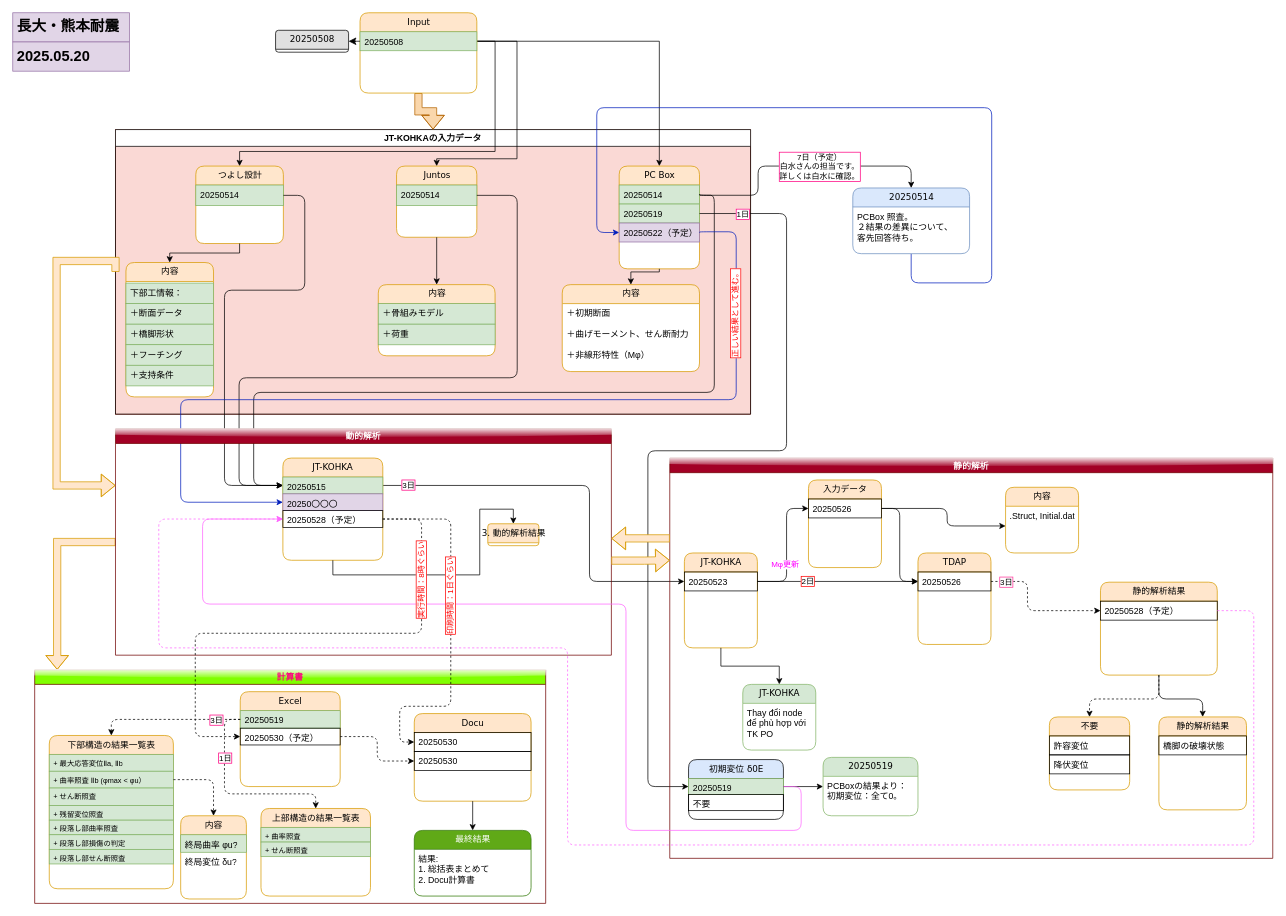
Earlier version of the draw.io diagram 長大・熊本耐震/耐震設計/Untitled Diagram.drawio (nnh92/Juntos.co). Source tidied: cells renumbered, new cells numbered last; positions are measured from the earlier drawing's top-left corner, leaving out a move shared by most shapes. Both pictures are drawn from the tidied source at 73%, with x=0, y=0 at pixel (12, 12).
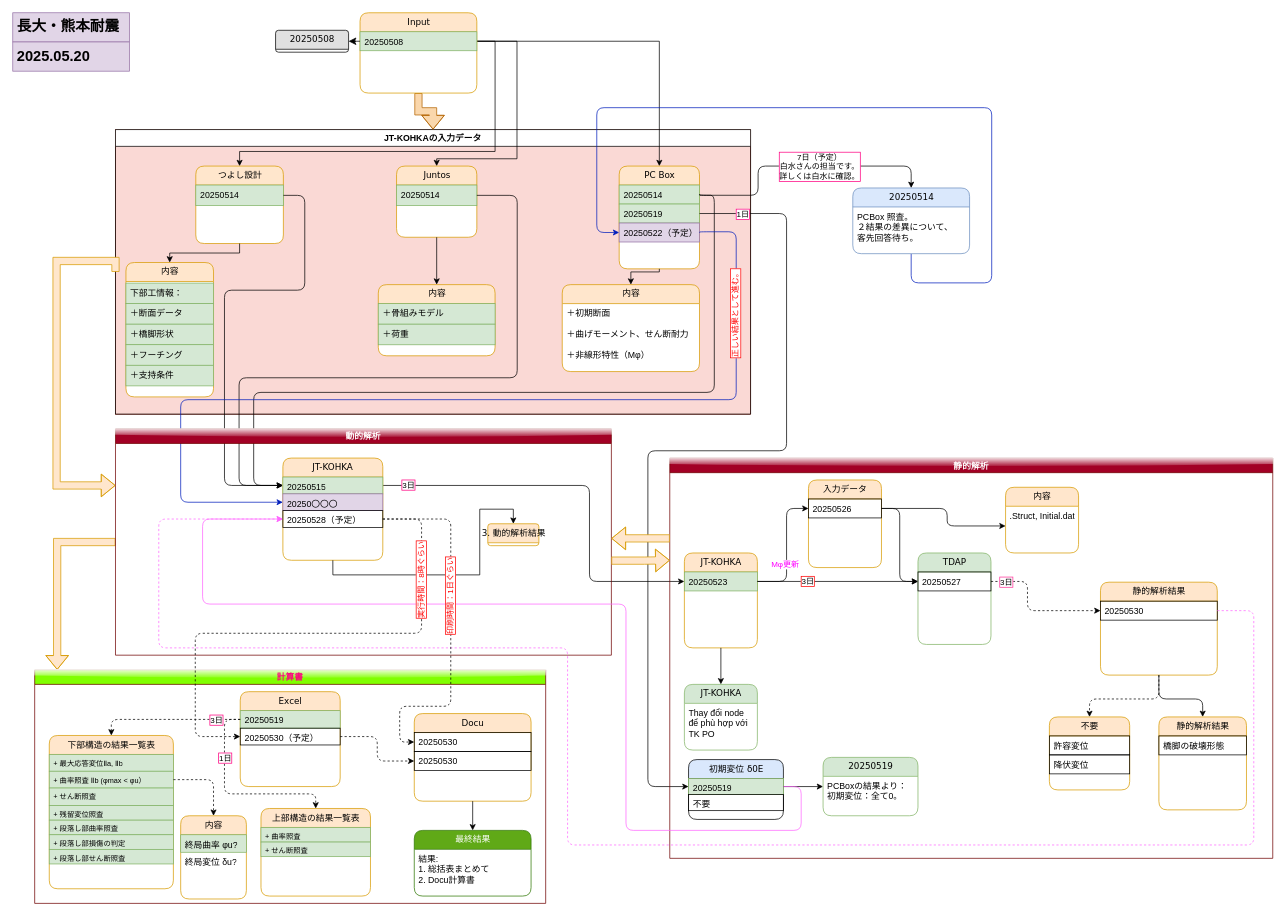
After the change.

Unchanged cells that the change refers to:
```xml
<mxCell id="47" value="静的解析" style="swimlane;startSize=20;horizontal=1;containerType=tree;textShadow=0;labelBorderColor=none;labelBackgroundColor=none;fillColor=#a20025;strokeColor=#6F0000;glass=1;fontColor=#ffffff;" parent="1" vertex="1">
  <mxGeometry x="900" y="610" width="826" height="548.3" as="geometry" />
</mxCell>
<mxCell id="50" value="静的解析結果" style="swimlane;html=1;fontStyle=0;horizontal=1;startSize=26;fillColor=#ffe6cc;swimlaneFillColor=#ffffff;align=center;rounded=1;shadow=0;comic=0;labelBackgroundColor=none;strokeWidth=1;fontFamily=Verdana;fontSize=12;strokeColor=#d79b00;" parent="47" vertex="1">
  <mxGeometry x="590" y="170" width="160" height="127.3" as="geometry" />
</mxCell>
<mxCell id="65" value="静的解析結果" style="swimlane;html=1;fontStyle=0;horizontal=1;startSize=26;fillColor=#ffe6cc;swimlaneFillColor=#ffffff;align=center;rounded=1;shadow=0;comic=0;labelBackgroundColor=none;strokeWidth=1;fontFamily=Verdana;fontSize=12;strokeColor=#d79b00;" parent="47" vertex="1">
  <mxGeometry x="670" y="354.6" width="120" height="127.3" as="geometry" />
</mxCell>
<mxCell id="67" value="JT-KOHKA" style="swimlane;html=1;fontStyle=0;horizontal=1;startSize=26;fillColor=#ffe6cc;swimlaneFillColor=#ffffff;align=center;rounded=1;shadow=0;comic=0;labelBackgroundColor=none;strokeWidth=1;fontFamily=Verdana;fontSize=12;strokeColor=#d79b00;" parent="47" vertex="1">
  <mxGeometry x="20" y="130" width="100" height="130" as="geometry" />
</mxCell>
<mxCell id="69" style="edgeStyle=orthogonalEdgeStyle;rounded=0;jettySize=auto;html=1;exitX=1;exitY=0.5;exitDx=0;exitDy=0;entryX=0;entryY=0.5;entryDx=0;entryDy=0;" parent="47" edge="1" source="68" target="49">
  <mxGeometry relative="1" as="geometry" />
</mxCell>
```

What changed in the source:
```diff
@@
-    <mxCell id="48" value="TDAP" style="swimlane;html=1;fontStyle=0;horizontal=1;startSize=26;fillColor=#ffe6cc;swimlaneFillColor=#ffffff;align=center;rounded=1;shadow=0;comic=0;labelBackgroundColor=none;strokeWidth=1;fontFamily=Verdana;fontSize=12;strokeColor=#d79b00;" parent="47" vertex="1">
+    <mxCell id="48" value="TDAP" style="swimlane;html=1;fontStyle=0;horizontal=1;startSize=26;fillColor=#d5e8d4;swimlaneFillColor=#ffffff;align=center;rounded=1;shadow=0;comic=0;labelBackgroundColor=none;strokeWidth=1;fontFamily=Verdana;fontSize=12;strokeColor=#82b366;" parent="47" vertex="1">
       <mxGeometry x="340" y="130" width="100" height="125.3" as="geometry" />
     </mxCell>
-    <mxCell id="49" value="20250526" style="text;html=1;strokeColor=default;fillColor=none;spacingLeft=4;spacingRight=4;whiteSpace=wrap;overflow=hidden;points=[[0,0.5],[1,0.5]];portConstraint=eastwest;" parent="48" vertex="1">
+    <mxCell id="49" value="20250527" style="text;html=1;strokeColor=default;fillColor=none;spacingLeft=4;spacingRight=4;whiteSpace=wrap;overflow=hidden;points=[[0,0.5],[1,0.5]];portConstraint=eastwest;" parent="48" vertex="1">
       <mxGeometry y="26" width="100" height="26" as="geometry" />
     </mxCell>
@@
-    <mxCell id="51" value="20250528（予定）" style="text;html=1;strokeColor=default;fillColor=none;spacingLeft=4;spacingRight=4;whiteSpace=wrap;overflow=hidden;points=[[0,0.5],[1,0.5]];portConstraint=eastwest;" parent="50" vertex="1">
+    <mxCell id="51" value="20250530" style="text;html=1;strokeColor=default;fillColor=none;spacingLeft=4;spacingRight=4;whiteSpace=wrap;overflow=hidden;points=[[0,0.5],[1,0.5]];portConstraint=eastwest;" parent="50" vertex="1">
       <mxGeometry y="26" width="160" height="26" as="geometry" />
     </mxCell>
@@
-    <mxCell id="66" value="橋脚の破壊状態" style="text;html=1;strokeColor=default;fillColor=none;spacingLeft=4;spacingRight=4;whiteSpace=wrap;overflow=hidden;" parent="65" vertex="1">
+    <mxCell id="66" value="橋脚の破壊形態" style="text;html=1;strokeColor=default;fillColor=none;spacingLeft=4;spacingRight=4;whiteSpace=wrap;overflow=hidden;" parent="65" vertex="1">
       <mxGeometry y="26" width="120" height="26" as="geometry" />
     </mxCell>
@@
-    <mxCell id="68" value="20250523" style="text;html=1;strokeColor=default;fillColor=none;spacingLeft=4;spacingRight=4;whiteSpace=wrap;overflow=hidden;points=[[0,0.5],[1,0.5]];portConstraint=eastwest;" parent="67" vertex="1">
+    <mxCell id="68" value="20250523" style="text;html=1;strokeColor=#82b366;fillColor=#d5e8d4;spacingLeft=4;spacingRight=4;whiteSpace=wrap;overflow=hidden;points=[[0,0.5],[1,0.5]];portConstraint=eastwest;" parent="67" vertex="1">
       <mxGeometry y="26" width="100" height="26" as="geometry" />
     </mxCell>
@@
-    <mxCell id="70" value="2日" style="edgeLabel;html=1;align=center;verticalAlign=middle;labelBorderColor=#FF0000;fontColor=#000000;" parent="69" vertex="1">
+    <mxCell id="70" value="3日" style="edgeLabel;html=1;align=center;verticalAlign=middle;labelBorderColor=#FF0000;fontColor=#000000;" parent="69" vertex="1">
       <mxGeometry x="-0.38" y="1" relative="1" as="geometry" />
     </mxCell>
-    <mxCell id="71" style="edgeStyle=orthogonalEdgeStyle;rounded=0;jettySize=auto;html=1;" parent="47" edge="1" source="67" target="72">
+    <mxCell id="71" style="edgeStyle=orthogonalEdgeStyle;rounded=1;jettySize=auto;html=1;curved=0;" parent="47" edge="1" source="67" target="72">
       <mxGeometry relative="1" as="geometry" />
     </mxCell>
     <mxCell id="72" value="JT-KOHKA" style="swimlane;html=1;fontStyle=0;horizontal=1;startSize=26;fillColor=#d5e8d4;swimlaneFillColor=#ffffff;align=center;rounded=1;shadow=0;comic=0;labelBackgroundColor=none;strokeWidth=1;fontFamily=Verdana;fontSize=12;strokeColor=#82b366;labelBorderColor=none;" parent="47" vertex="1">
-      <mxGeometry x="100" y="310" width="100" height="90" as="geometry" />
+      <mxGeometry x="20" y="310" width="100" height="90" as="geometry" />
     </mxCell>
```
